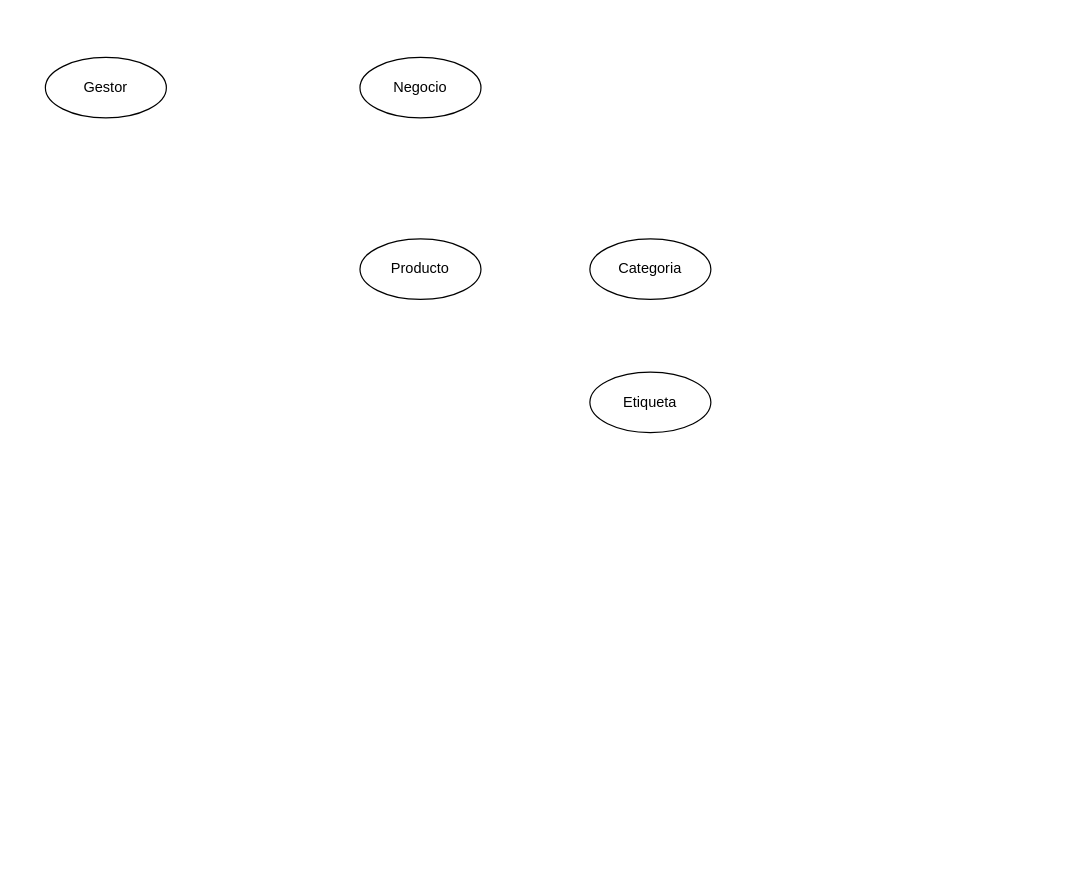
The draw.io diagram page "Page-1" (1 of 2) of Diagrama-clases_Cartapp.drawio in celia10335/Entorno_servidor, before the edit. Source tidied: cells renumbered, new cells numbered last; positions are measured from the earlier drawing's top-left corner, leaving out a move shared by most shapes. Both pictures are drawn from the tidied source at 121%, with x=0, y=0 at pixel (45, 57).
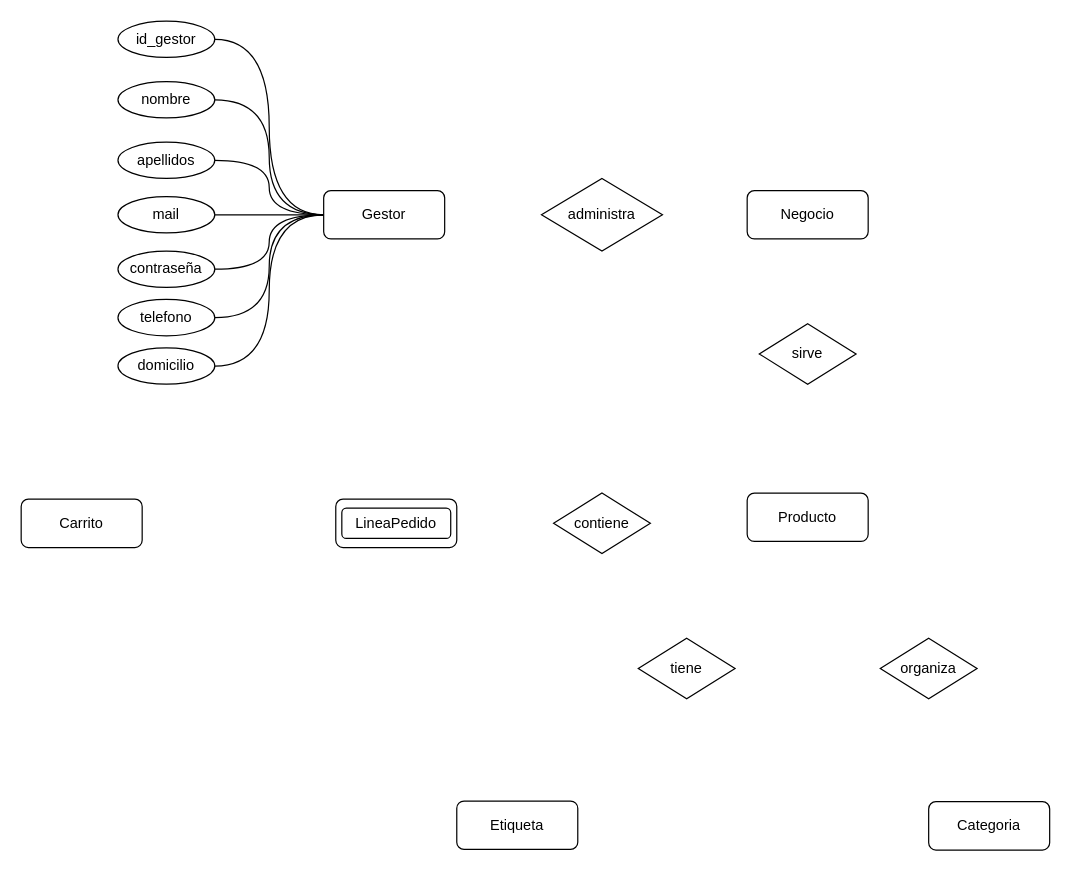
The same diagram, later.

What changed in the source:
```diff
@@
+    <mxCell id="7" style="edgeStyle=orthogonalEdgeStyle;rounded=0;jettySize=auto;html=1;entryX=1;entryY=0.5;entryDx=0;entryDy=0;strokeWidth=1;startArrow=none;startFill=0;endArrow=none;endFill=0;startSize=12;endSize=12;curved=1;" parent="1" edge="1" source="2" target="23">
+      <mxGeometry relative="1" as="geometry" />
+    </mxCell>
+    <mxCell id="8" style="edgeStyle=orthogonalEdgeStyle;curved=1;rounded=0;jettySize=auto;html=1;entryX=1;entryY=0.5;entryDx=0;entryDy=0;strokeWidth=1;startArrow=none;startFill=0;endArrow=none;endFill=0;startSize=12;endSize=12;" parent="1" edge="1" source="2" target="24">
+      <mxGeometry relative="1" as="geometry" />
+    </mxCell>
+    <mxCell id="9" style="edgeStyle=orthogonalEdgeStyle;curved=1;rounded=0;jettySize=auto;html=1;entryX=1;entryY=0.5;entryDx=0;entryDy=0;strokeWidth=1;startArrow=none;startFill=0;endArrow=none;endFill=0;startSize=12;endSize=12;" parent="1" edge="1" source="2" target="25">
+      <mxGeometry relative="1" as="geometry" />
+    </mxCell>
+    <mxCell id="10" style="edgeStyle=orthogonalEdgeStyle;curved=1;rounded=0;jettySize=auto;html=1;entryX=1;entryY=0.5;entryDx=0;entryDy=0;strokeWidth=1;startArrow=none;startFill=0;endArrow=none;endFill=0;startSize=12;endSize=12;" parent="1" edge="1" source="2" target="26">
+      <mxGeometry relative="1" as="geometry" />
+    </mxCell>
+    <mxCell id="11" style="edgeStyle=orthogonalEdgeStyle;curved=1;rounded=0;jettySize=auto;html=1;entryX=1;entryY=0.5;entryDx=0;entryDy=0;strokeWidth=1;startArrow=none;startFill=0;endArrow=none;endFill=0;startSize=12;endSize=12;" parent="1" edge="1" source="2" target="27">
+      <mxGeometry relative="1" as="geometry" />
+    </mxCell>
+    <mxCell id="12" style="edgeStyle=orthogonalEdgeStyle;curved=1;rounded=0;jettySize=auto;html=1;entryX=1;entryY=0.5;entryDx=0;entryDy=0;strokeWidth=1;startArrow=none;startFill=0;endArrow=none;endFill=0;startSize=12;endSize=12;" parent="1" edge="1" source="2" target="28">
+      <mxGeometry relative="1" as="geometry" />
+    </mxCell>
+    <mxCell id="13" style="edgeStyle=orthogonalEdgeStyle;curved=1;rounded=0;jettySize=auto;html=1;entryX=1;entryY=0.5;entryDx=0;entryDy=0;strokeWidth=1;startArrow=none;startFill=0;endArrow=none;endFill=0;startSize=12;endSize=12;" parent="1" edge="1" source="2" target="29">
+      <mxGeometry relative="1" as="geometry" />
+    </mxCell>
-    <mxCell id="2" value="Gestor" style="ellipse;whiteSpace=wrap;html=1;" parent="1" vertex="1">
-      <mxGeometry width="100" height="50" as="geometry" />
+    <mxCell id="2" value="Gestor" style="rounded=1;whiteSpace=wrap;html=1;" parent="1" vertex="1">
+      <mxGeometry x="230" y="110" width="100" height="40" as="geometry" />
     </mxCell>
-    <mxCell id="3" value="Negocio" style="ellipse;whiteSpace=wrap;html=1;" parent="1" vertex="1">
-      <mxGeometry x="260" width="100" height="50" as="geometry" />
+    <mxCell id="3" value="Negocio" style="rounded=1;whiteSpace=wrap;html=1;" parent="1" vertex="1">
+      <mxGeometry x="580" y="110" width="100" height="40" as="geometry" />
     </mxCell>
+    <mxCell id="14" value="administra" style="rhombus;whiteSpace=wrap;html=1;" parent="1" vertex="1">
+      <mxGeometry x="410" y="100" width="100" height="60" as="geometry" />
+    </mxCell>
+    <mxCell id="15" value="sirve" style="rhombus;whiteSpace=wrap;html=1;" parent="1" vertex="1">
+      <mxGeometry x="590" y="220" width="80" height="50" as="geometry" />
+    </mxCell>
-    <mxCell id="4" value="Producto" style="ellipse;whiteSpace=wrap;html=1;" parent="1" vertex="1">
-      <mxGeometry x="260" y="150" width="100" height="50" as="geometry" />
+    <mxCell id="4" value="Producto" style="rounded=1;whiteSpace=wrap;html=1;" parent="1" vertex="1">
+      <mxGeometry x="580" y="360" width="100" height="40" as="geometry" />
     </mxCell>
+    <mxCell id="16" value="organiza" style="rhombus;whiteSpace=wrap;html=1;" parent="1" vertex="1">
+      <mxGeometry x="690" y="480" width="80" height="50" as="geometry" />
+    </mxCell>
-    <mxCell id="5" value="Categoria" style="ellipse;whiteSpace=wrap;html=1;" parent="1" vertex="1">
-      <mxGeometry x="450" y="150" width="100" height="50" as="geometry" />
+    <mxCell id="5" value="Categoria" style="rounded=1;whiteSpace=wrap;html=1;" parent="1" vertex="1">
+      <mxGeometry x="730" y="615" width="100" height="40" as="geometry" />
     </mxCell>
+    <mxCell id="17" value="tiene" style="rhombus;whiteSpace=wrap;html=1;" parent="1" vertex="1">
+      <mxGeometry x="490" y="480" width="80" height="50" as="geometry" />
+    </mxCell>
-    <mxCell id="6" value="Etiqueta" style="ellipse;whiteSpace=wrap;html=1;" parent="1" vertex="1">
-      <mxGeometry x="450" y="260" width="100" height="50" as="geometry" />
+    <mxCell id="6" value="Etiqueta" style="rounded=1;whiteSpace=wrap;html=1;" parent="1" vertex="1">
+      <mxGeometry x="340" y="614.5" width="100" height="40" as="geometry" />
     </mxCell>
+    <mxCell id="18" value="contiene" style="rhombus;whiteSpace=wrap;html=1;" parent="1" vertex="1">
+      <mxGeometry x="420" y="360" width="80" height="50" as="geometry" />
+    </mxCell>
+    <mxCell id="19" style="group;" parent="1" vertex="1">
+      <mxGeometry x="240" y="365" width="100" height="40" as="geometry" />
+    </mxCell>
+    <mxCell id="20" value="LineaPedido" style="rounded=1;whiteSpace=wrap;html=1;" parent="19" vertex="1">
+      <mxGeometry width="100" height="40" as="geometry" />
+    </mxCell>
+    <mxCell id="21" style="rounded=1;whiteSpace=wrap;html=1;fillColor=none;" parent="19" vertex="1">
+      <mxGeometry x="5" y="7.5" width="90" height="25" as="geometry" />
+    </mxCell>
+    <mxCell id="22" value="Carrito" style="rounded=1;whiteSpace=wrap;html=1;" parent="1" vertex="1">
+      <mxGeometry x="-20" y="365" width="100" height="40" as="geometry" />
+    </mxCell>
+    <mxCell id="23" value="id_gestor" style="ellipse;whiteSpace=wrap;html=1;labelBackgroundColor=none;fillColor=#FFFFFF;" parent="1" vertex="1">
+      <mxGeometry x="60" y="-30" width="80" height="30" as="geometry" />
+    </mxCell>
+    <mxCell id="24" value="nombre" style="ellipse;whiteSpace=wrap;html=1;labelBackgroundColor=none;fillColor=#FFFFFF;" parent="1" vertex="1">
+      <mxGeometry x="60" y="20" width="80" height="30" as="geometry" />
+    </mxCell>
+    <mxCell id="25" value="apellidos" style="ellipse;whiteSpace=wrap;html=1;labelBackgroundColor=none;fillColor=#FFFFFF;" parent="1" vertex="1">
+      <mxGeometry x="60" y="70" width="80" height="30" as="geometry" />
+    </mxCell>
+    <mxCell id="26" value="mail" style="ellipse;whiteSpace=wrap;html=1;labelBackgroundColor=none;fillColor=#FFFFFF;" parent="1" vertex="1">
+      <mxGeometry x="60" y="115" width="80" height="30" as="geometry" />
+    </mxCell>
+    <mxCell id="27" value="contraseña" style="ellipse;whiteSpace=wrap;html=1;labelBackgroundColor=none;fillColor=#FFFFFF;" parent="1" vertex="1">
+      <mxGeometry x="60" y="160" width="80" height="30" as="geometry" />
+    </mxCell>
+    <mxCell id="28" value="telefono" style="ellipse;whiteSpace=wrap;html=1;labelBackgroundColor=none;fillColor=#FFFFFF;" parent="1" vertex="1">
+      <mxGeometry x="60" y="200" width="80" height="30" as="geometry" />
+    </mxCell>
+    <mxCell id="29" value="domicilio" style="ellipse;whiteSpace=wrap;html=1;labelBackgroundColor=none;fillColor=#FFFFFF;" parent="1" vertex="1">
+      <mxGeometry x="60" y="240" width="80" height="30" as="geometry" />
+    </mxCell>
```
